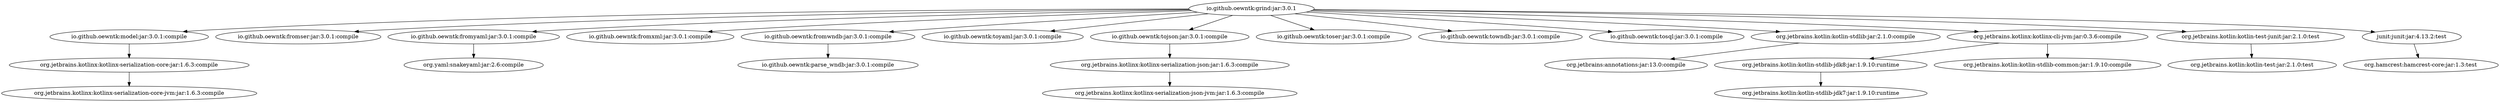
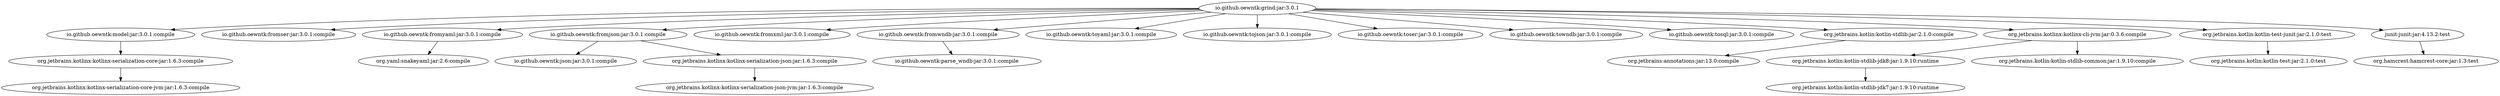
digraph "io.github.oewntk:grind:jar:3.0.1" {
	"io.github.oewntk:grind:jar:3.0.1" -> "io.github.oewntk:model:jar:3.0.1:compile" ;
	"io.github.oewntk:grind:jar:3.0.1" -> "io.github.oewntk:fromser:jar:3.0.1:compile" ;
	"io.github.oewntk:grind:jar:3.0.1" -> "io.github.oewntk:fromyaml:jar:3.0.1:compile" ;
+ 	"io.github.oewntk:grind:jar:3.0.1" -> "io.github.oewntk:fromjson:jar:3.0.1:compile" ;
	"io.github.oewntk:grind:jar:3.0.1" -> "io.github.oewntk:fromxml:jar:3.0.1:compile" ;
	"io.github.oewntk:grind:jar:3.0.1" -> "io.github.oewntk:fromwndb:jar:3.0.1:compile" ;
	"io.github.oewntk:grind:jar:3.0.1" -> "io.github.oewntk:toyaml:jar:3.0.1:compile" ;
	"io.github.oewntk:grind:jar:3.0.1" -> "io.github.oewntk:tojson:jar:3.0.1:compile" ;
	"io.github.oewntk:grind:jar:3.0.1" -> "io.github.oewntk:toser:jar:3.0.1:compile" ;
	"io.github.oewntk:grind:jar:3.0.1" -> "io.github.oewntk:towndb:jar:3.0.1:compile" ;
	"io.github.oewntk:grind:jar:3.0.1" -> "io.github.oewntk:tosql:jar:3.0.1:compile" ;
	"io.github.oewntk:grind:jar:3.0.1" -> "org.jetbrains.kotlin:kotlin-stdlib:jar:2.1.0:compile" ;
	"io.github.oewntk:grind:jar:3.0.1" -> "org.jetbrains.kotlinx:kotlinx-cli-jvm:jar:0.3.6:compile" ;
	"io.github.oewntk:grind:jar:3.0.1" -> "org.jetbrains.kotlin:kotlin-test-junit:jar:2.1.0:test" ;
	"io.github.oewntk:grind:jar:3.0.1" -> "junit:junit:jar:4.13.2:test" ;
	"io.github.oewntk:model:jar:3.0.1:compile" -> "org.jetbrains.kotlinx:kotlinx-serialization-core:jar:1.6.3:compile" ;
	"org.jetbrains.kotlinx:kotlinx-serialization-core:jar:1.6.3:compile" -> "org.jetbrains.kotlinx:kotlinx-serialization-core-jvm:jar:1.6.3:compile" ;
	"io.github.oewntk:fromyaml:jar:3.0.1:compile" -> "org.yaml:snakeyaml:jar:2.6:compile" ;
+ 	"io.github.oewntk:fromjson:jar:3.0.1:compile" -> "io.github.oewntk:json:jar:3.0.1:compile" ;
+ 	"io.github.oewntk:fromjson:jar:3.0.1:compile" -> "org.jetbrains.kotlinx:kotlinx-serialization-json:jar:1.6.3:compile" ;
+ 	"org.jetbrains.kotlinx:kotlinx-serialization-json:jar:1.6.3:compile" -> "org.jetbrains.kotlinx:kotlinx-serialization-json-jvm:jar:1.6.3:compile" ;
	"io.github.oewntk:fromwndb:jar:3.0.1:compile" -> "io.github.oewntk:parse_wndb:jar:3.0.1:compile" ;
- 	"io.github.oewntk:tojson:jar:3.0.1:compile" -> "org.jetbrains.kotlinx:kotlinx-serialization-json:jar:1.6.3:compile" ;
- 	"org.jetbrains.kotlinx:kotlinx-serialization-json:jar:1.6.3:compile" -> "org.jetbrains.kotlinx:kotlinx-serialization-json-jvm:jar:1.6.3:compile" ;
	"org.jetbrains.kotlin:kotlin-stdlib:jar:2.1.0:compile" -> "org.jetbrains:annotations:jar:13.0:compile" ;
	"org.jetbrains.kotlinx:kotlinx-cli-jvm:jar:0.3.6:compile" -> "org.jetbrains.kotlin:kotlin-stdlib-jdk8:jar:1.9.10:runtime" ;
	"org.jetbrains.kotlinx:kotlinx-cli-jvm:jar:0.3.6:compile" -> "org.jetbrains.kotlin:kotlin-stdlib-common:jar:1.9.10:compile" ;
	"org.jetbrains.kotlin:kotlin-stdlib-jdk8:jar:1.9.10:runtime" -> "org.jetbrains.kotlin:kotlin-stdlib-jdk7:jar:1.9.10:runtime" ;
	"org.jetbrains.kotlin:kotlin-test-junit:jar:2.1.0:test" -> "org.jetbrains.kotlin:kotlin-test:jar:2.1.0:test" ;
	"junit:junit:jar:4.13.2:test" -> "org.hamcrest:hamcrest-core:jar:1.3:test" ;
 }